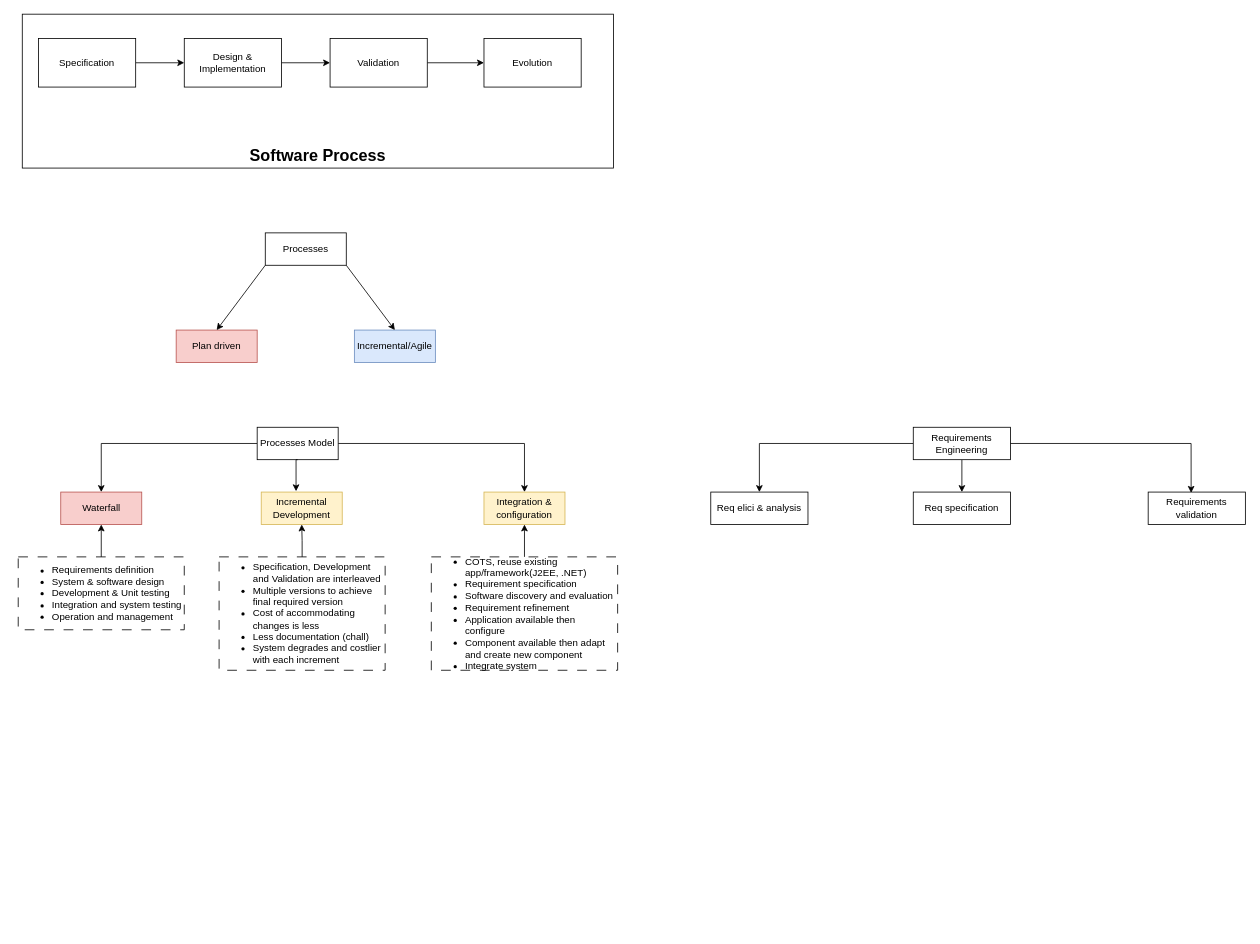
Above: SoftwareEngineering/SE.drawio in AnshVaid4/UL (draw.io), before the change. Source tidied: cells renumbered, new cells numbered last; positions are measured from the earlier drawing's top-left corner, leaving out a move shared by most shapes. Both pictures are drawn from the tidied source at 81%, with x=0, y=0 at pixel (18, 14).
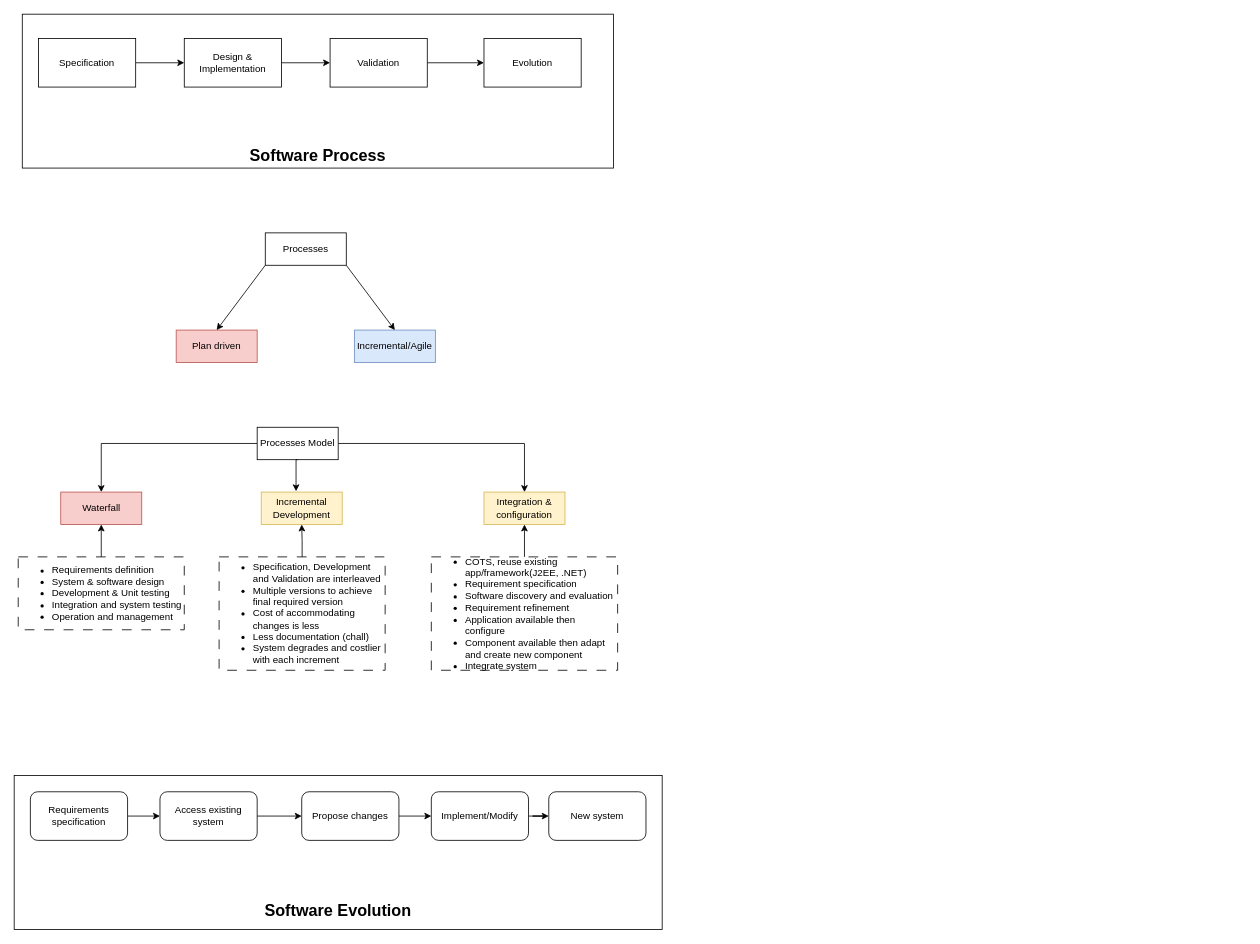
The same diagram, later.

Change to the diagram source:
```diff
@@
-    <mxCell id="28" style="edgeStyle=orthogonalEdgeStyle;rounded=0;jettySize=auto;html=1;exitX=0;exitY=0.5;exitDx=0;exitDy=0;entryX=0.5;entryY=0;entryDx=0;entryDy=0;" parent="1" edge="1" source="30" target="31">
-      <mxGeometry relative="1" as="geometry" />
-    </mxCell>
-    <mxCell id="29" style="edgeStyle=orthogonalEdgeStyle;rounded=0;jettySize=auto;html=1;exitX=0.5;exitY=1;exitDx=0;exitDy=0;entryX=0.5;entryY=0;entryDx=0;entryDy=0;" parent="1" edge="1" source="30" target="32">
-      <mxGeometry relative="1" as="geometry" />
-    </mxCell>
-    <mxCell id="30" value="Requirements Engineering" style="rounded=0;whiteSpace=wrap;html=1;" parent="1" vertex="1">
-      <mxGeometry x="1105" y="510" width="120" height="40" as="geometry" />
-    </mxCell>
-    <mxCell id="31" value="Req elici &amp;amp; analysis" style="rounded=0;whiteSpace=wrap;html=1;" parent="1" vertex="1">
-      <mxGeometry x="855" y="590" width="120" height="40" as="geometry" />
-    </mxCell>
-    <mxCell id="32" value="Req specification" style="rounded=0;whiteSpace=wrap;html=1;" parent="1" vertex="1">
-      <mxGeometry x="1105" y="590" width="120" height="40" as="geometry" />
-    </mxCell>
-    <mxCell id="33" value="Requirements validation" style="rounded=0;whiteSpace=wrap;html=1;" parent="1" vertex="1">
-      <mxGeometry x="1395" y="590" width="120" height="40" as="geometry" />
-    </mxCell>
-    <mxCell id="34" style="edgeStyle=orthogonalEdgeStyle;rounded=0;jettySize=auto;html=1;exitX=1;exitY=0.5;exitDx=0;exitDy=0;entryX=0.442;entryY=0.025;entryDx=0;entryDy=0;entryPerimeter=0;" parent="1" edge="1" source="30" target="33">
-      <mxGeometry relative="1" as="geometry" />
-    </mxCell>
+    <mxCell id="35" value="&lt;br&gt;&lt;div&gt;&lt;br&gt;&lt;/div&gt;&lt;div&gt;&lt;b&gt;&lt;br&gt;&lt;/b&gt;&lt;/div&gt;&lt;div&gt;&lt;b&gt;&lt;br&gt;&lt;/b&gt;&lt;/div&gt;&lt;div&gt;&lt;b&gt;&lt;br&gt;&lt;/b&gt;&lt;/div&gt;&lt;div&gt;&lt;b&gt;&lt;br&gt;&lt;/b&gt;&lt;/div&gt;&lt;div&gt;&lt;b&gt;&lt;br&gt;&lt;/b&gt;&lt;/div&gt;&lt;div&gt;&lt;b&gt;&lt;br&gt;&lt;/b&gt;&lt;/div&gt;&lt;div&gt;&lt;b&gt;&lt;br&gt;&lt;/b&gt;&lt;/div&gt;&lt;div&gt;&lt;b&gt;&lt;br&gt;&lt;/b&gt;&lt;/div&gt;&lt;div&gt;&lt;b&gt;&lt;font style=&quot;font-size: 20px;&quot;&gt;Software Evolution&lt;/font&gt;&lt;/b&gt;&lt;/div&gt;" style="rounded=0;whiteSpace=wrap;html=1;" parent="1" vertex="1">
+      <mxGeometry x="-5" y="940" width="800" height="190" as="geometry" />
+    </mxCell>
+    <mxCell id="36" style="edgeStyle=orthogonalEdgeStyle;rounded=0;jettySize=auto;html=1;" parent="1" edge="1" source="37" target="39">
+      <mxGeometry relative="1" as="geometry" />
+    </mxCell>
+    <mxCell id="37" value="Requirements specification" style="rounded=1;whiteSpace=wrap;html=1;" parent="1" vertex="1">
+      <mxGeometry x="15" y="960" width="120" height="60" as="geometry" />
+    </mxCell>
+    <mxCell id="38" style="edgeStyle=orthogonalEdgeStyle;rounded=0;jettySize=auto;html=1;" parent="1" edge="1" source="39" target="41">
+      <mxGeometry relative="1" as="geometry" />
+    </mxCell>
+    <mxCell id="39" value="Access existing system" style="whiteSpace=wrap;html=1;rounded=1;" parent="1" vertex="1">
+      <mxGeometry x="175" y="960" width="120" height="60" as="geometry" />
+    </mxCell>
+    <mxCell id="40" style="edgeStyle=orthogonalEdgeStyle;rounded=0;jettySize=auto;html=1;" parent="1" edge="1" source="41" target="43">
+      <mxGeometry relative="1" as="geometry" />
+    </mxCell>
+    <mxCell id="41" value="Propose changes" style="whiteSpace=wrap;html=1;rounded=1;" parent="1" vertex="1">
+      <mxGeometry x="350" y="960" width="120" height="60" as="geometry" />
+    </mxCell>
+    <mxCell id="42" style="edgeStyle=orthogonalEdgeStyle;rounded=0;jettySize=auto;html=1;" parent="1" edge="1" source="43" target="44">
+      <mxGeometry relative="1" as="geometry" />
+    </mxCell>
+    <mxCell id="43" value="Implement/Modify" style="whiteSpace=wrap;html=1;rounded=1;" parent="1" vertex="1">
+      <mxGeometry x="510" y="960" width="120" height="60" as="geometry" />
+    </mxCell>
+    <mxCell id="44" value="New system" style="whiteSpace=wrap;html=1;rounded=1;" parent="1" vertex="1">
+      <mxGeometry x="655" y="960" width="120" height="60" as="geometry" />
+    </mxCell>
```
